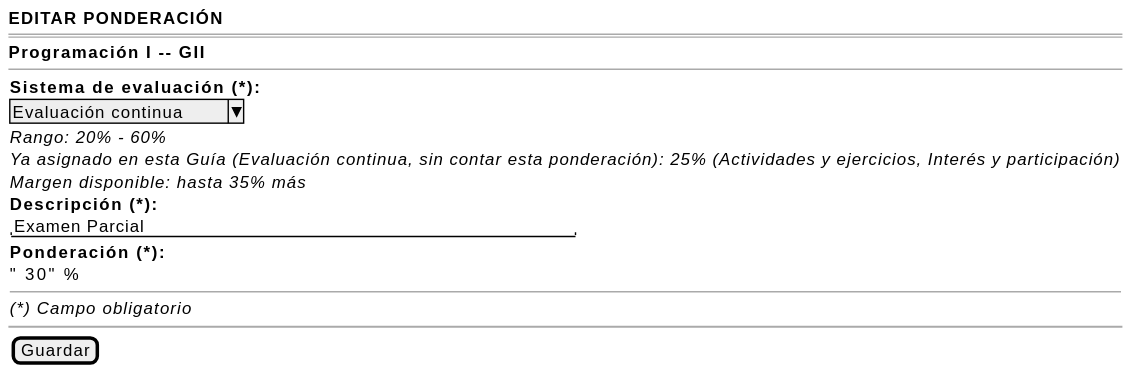
Earlier version of the PlantUML export images/RUP/01-requisitos/03-detalle-casos-uso/editarPonderacionEvaluacion/wireframe-formulario.svg (mmasias/pyCeldaPublico).
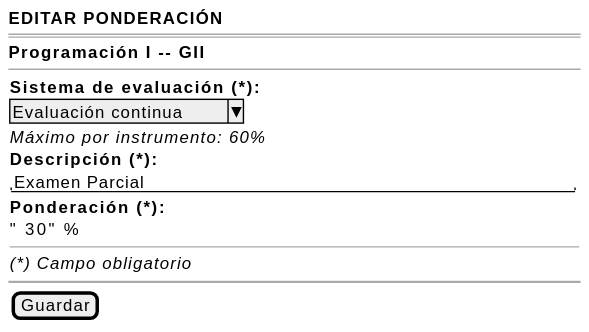
The same file after the commit.

Diff of the diagram source:
```diff
@@ -7,9 +7,7 @@
     {
         <b>Sistema de evaluación (*):</b>
         ^Evaluación continua^
-        <i>Rango: 20% - 60%</i>
-        <i>Ya asignado en esta Guía (Evaluación continua, sin contar esta ponderación): 25% (Actividades y ejercicios, Interés y participación)</i>
-        <i>Margen disponible: hasta 35% más</i>
+        <i>Máximo por instrumento: 60%</i>
         <b>Descripción (*):</b>
         "Examen Parcial                                    "
         <b>Ponderación (*):</b>
```
